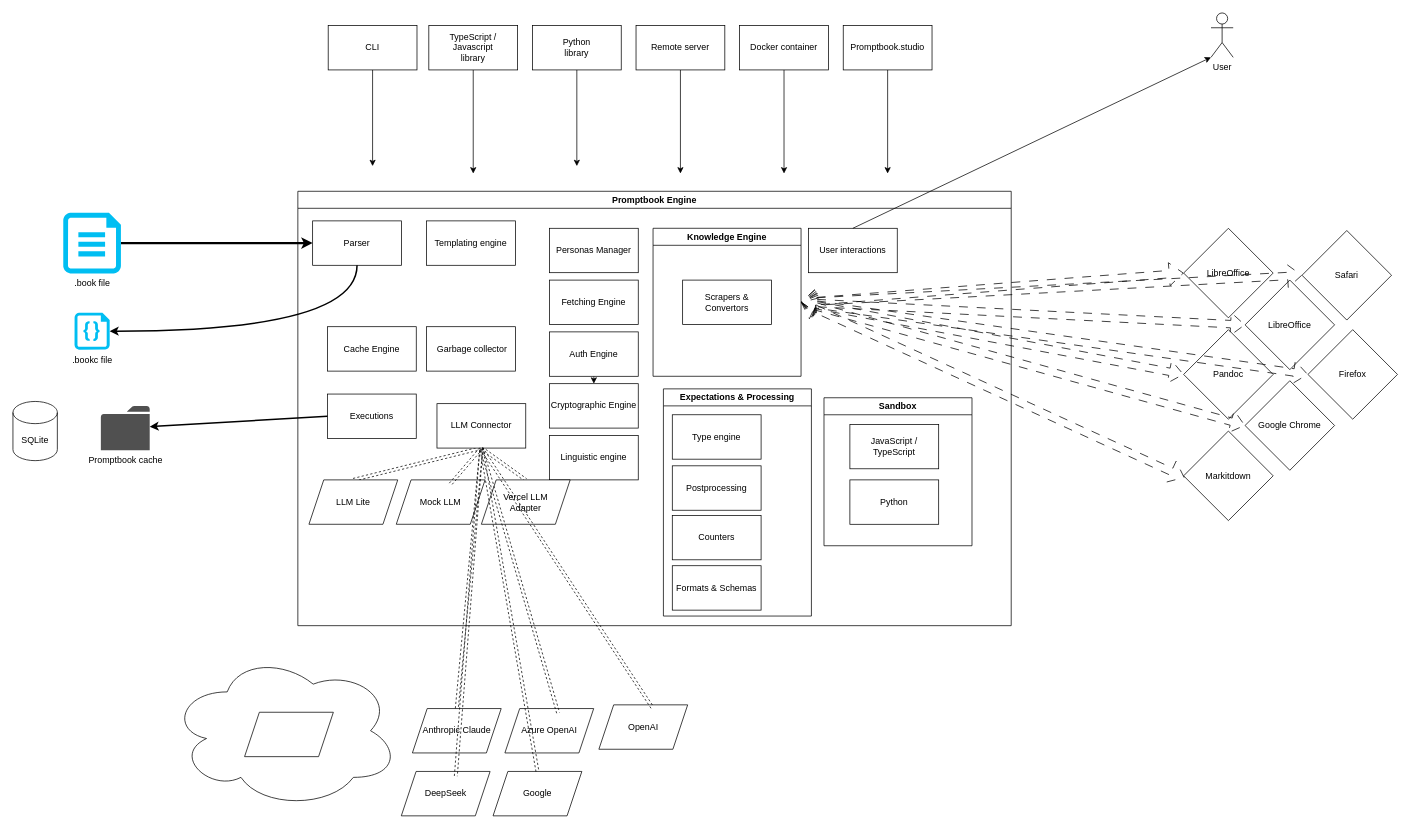
Above: documents/promptbook-engine.drawio in webgptorg/promptbook (draw.io), before the change. Source tidied: cells renumbered, new cells numbered last; positions are measured from the earlier drawing's top-left corner, leaving out a move shared by most shapes. Both pictures are drawn from the tidied source at 74%, with x=0, y=0 at pixel (13, 13).
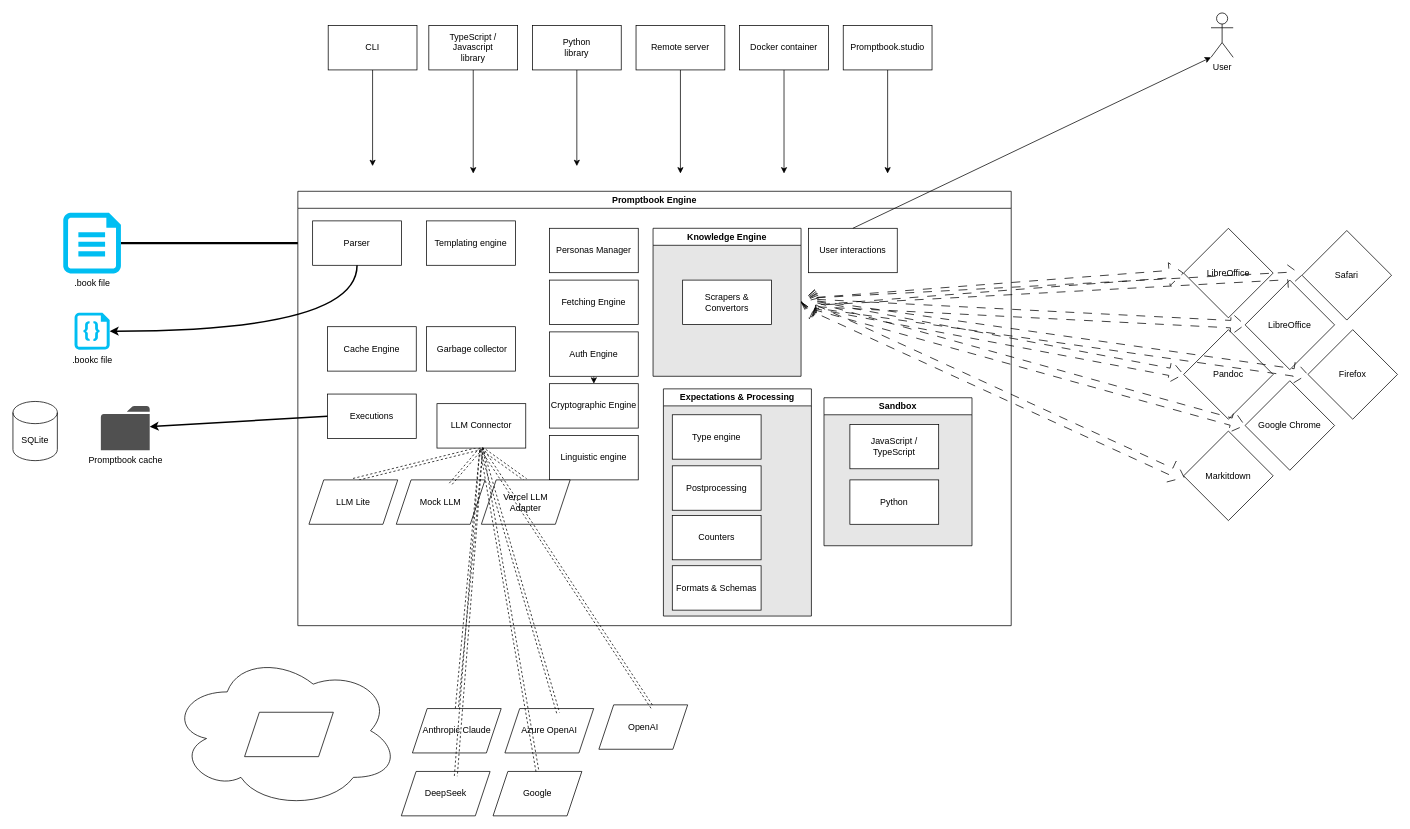
After the change.

Commit message (it also covers changes not shown here):
Promptbook diagram

The edit, as a diff of the source:
```diff
@@
-    <mxCell id="7" value="Promptbook Engine" style="swimlane;whiteSpace=wrap;html=1;" parent="1" vertex="1">
+    <mxCell id="7" value="Promptbook Engine" style="swimlane;whiteSpace=wrap;html=1;fillStyle=solid;gradientColor=none;swimlaneFillColor=default;" parent="1" vertex="1">
       <mxGeometry x="385" y="241" width="964" height="587" as="geometry" />
     </mxCell>
@@
-    <mxCell id="12" value="Knowledge Engine" style="swimlane;whiteSpace=wrap;html=1;" parent="7" vertex="1">
+    <mxCell id="12" value="Knowledge Engine" style="swimlane;whiteSpace=wrap;html=1;swimlaneFillColor=#E6E6E6;" parent="7" vertex="1">
       <mxGeometry x="480" y="50" width="200" height="200" as="geometry" />
     </mxCell>
@@
-    <mxCell id="24" value="Sandbox" style="swimlane;whiteSpace=wrap;html=1;" parent="7" vertex="1">
+    <mxCell id="24" value="Sandbox" style="swimlane;whiteSpace=wrap;html=1;swimlaneFillColor=#E6E6E6;" parent="7" vertex="1">
       <mxGeometry x="711" y="279" width="200" height="200" as="geometry" />
     </mxCell>
@@
-    <mxCell id="30" value="Expectations &amp;amp; Processing" style="swimlane;whiteSpace=wrap;html=1;" parent="7" vertex="1">
+    <mxCell id="30" value="Expectations &amp;amp; Processing" style="swimlane;whiteSpace=wrap;html=1;swimlaneFillColor=#E6E6E6;" parent="7" vertex="1">
       <mxGeometry x="494" y="267" width="200" height="307" as="geometry" />
     </mxCell>
```
